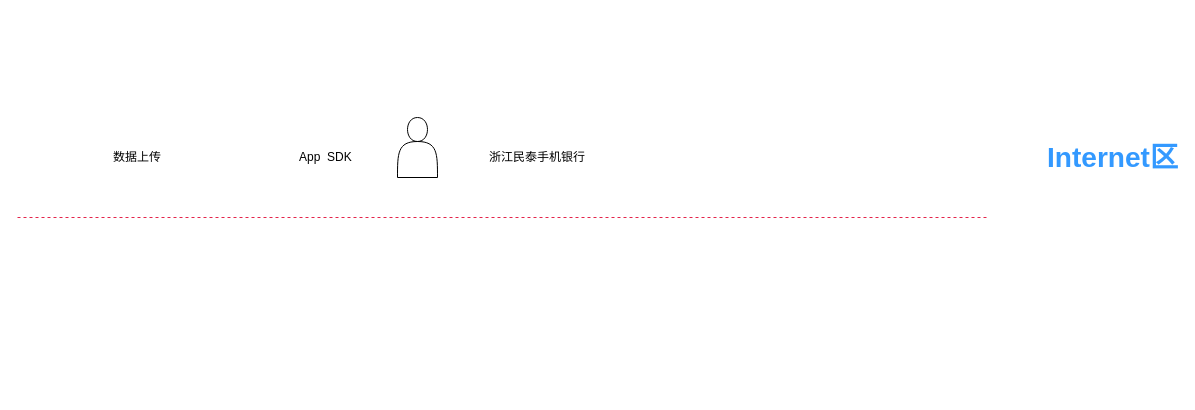
This is 浙江农信信创平台架构.drawio from zeng0550/free-programming-books, a draw.io file, before an edit. Source tidied: cells renumbered, new cells numbered last; positions are measured from the earlier drawing's top-left corner, leaving out a move shared by most shapes. Both pictures are drawn from the tidied source at 100%, with x=0, y=0 at pixel (17, 117).
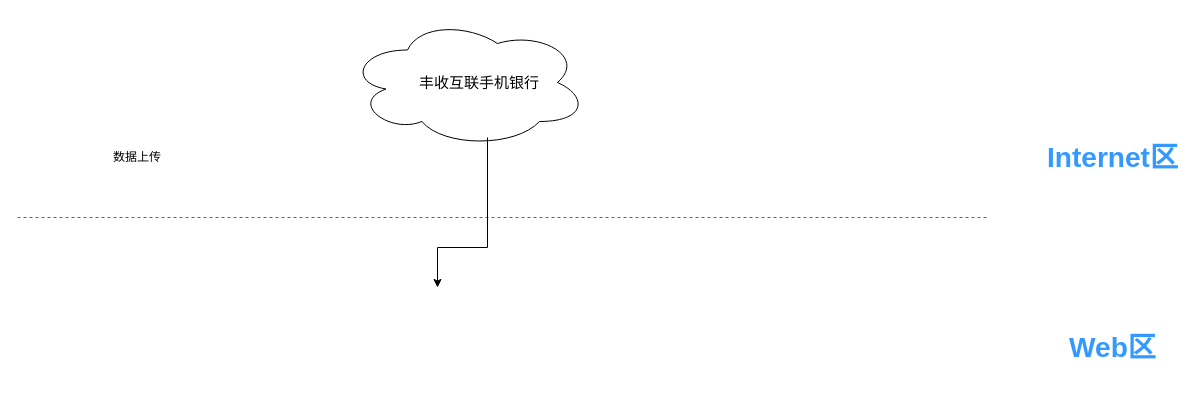
The same diagram, later.

Commit message (it also covers changes not shown here):
更新浙江农信信创平台架构.drawio

Change to the diagram source:
```diff
@@
 <mxGraphModel>
   <root>
     <mxCell id="0" />
     <mxCell id="1" parent="0" />
     <mxCell id="2" style="endArrow=none;dashed=1;html=1;rounded=0;fillColor=#e1d5e7;strokeColor=#e4254b;" parent="1" edge="1">
       <mxGeometry relative="1" as="geometry">
         <mxPoint y="100" as="sourcePoint" />
         <mxPoint x="970" y="100" as="targetPoint" />
       </mxGeometry>
     </mxCell>
     <mxCell id="3" value="&lt;h3&gt;&lt;font color=&quot;#3399ff&quot;&gt;Internet区&lt;/font&gt;&lt;/h3&gt;" style="text;strokeColor=none;fillColor=default;html=1;fontSize=24;fontStyle=1;verticalAlign=middle;align=center;" parent="1" vertex="1">
       <mxGeometry x="1030" y="20" width="130" height="40" as="geometry" />
     </mxCell>
-    <mxCell id="4" style="shape=actor;whiteSpace=wrap;html=1;" parent="1" vertex="1">
-      <mxGeometry x="380" width="40" height="60" as="geometry" />
-    </mxCell>
-    <mxCell id="5" value="浙江民泰手机银行&lt;span class=&quot;eusoft-eudic-chrome-extension-translate-content&quot;&gt;&lt;/span&gt;" style="text;strokeColor=none;fillColor=none;html=1;whiteSpace=wrap;verticalAlign=middle;overflow=hidden;" parent="1" vertex="1">
-      <mxGeometry x="470" y="30" width="100" height="20" as="geometry" />
-    </mxCell>
     <mxCell id="6" value="&lt;div&gt;数据上传&lt;/div&gt;&lt;div&gt;&lt;br&gt;&lt;/div&gt;&lt;div&gt;&lt;br&gt;&lt;/div&gt;&lt;div&gt;&lt;br&gt;&lt;/div&gt;&lt;br&gt;&lt;span class=&quot;eusoft-eudic-chrome-extension-translate-content&quot;&gt;&lt;/span&gt;" style="text;strokeColor=none;fillColor=none;html=1;whiteSpace=wrap;verticalAlign=middle;overflow=hidden;" parent="1" vertex="1">
       <mxGeometry x="94" y="30" width="60" height="20" as="geometry" />
     </mxCell>
-    <mxCell id="7" value="&lt;div&gt;App&amp;nbsp; SDK&lt;/div&gt;&lt;br&gt;&lt;span class=&quot;eusoft-eudic-chrome-extension-translate-content&quot;&gt;&lt;/span&gt;" style="text;strokeColor=none;fillColor=none;html=1;whiteSpace=wrap;verticalAlign=middle;overflow=hidden;" parent="1" vertex="1">
-      <mxGeometry x="280" y="30" width="80" height="20" as="geometry" />
-    </mxCell>
+    <mxCell id="8" style="ellipse;shape=cloud;whiteSpace=wrap;html=1;" parent="1" vertex="1">
+      <mxGeometry x="330" y="-100" width="240" height="130" as="geometry" />
+    </mxCell>
+    <mxCell id="9" value="丰收互联手机银行&lt;span class=&quot;eusoft-eudic-chrome-extension-translate-content&quot;&gt;&lt;/span&gt;" style="text;strokeColor=none;fillColor=none;html=1;whiteSpace=wrap;verticalAlign=middle;overflow=hidden;strokeWidth=0;fontSize=15;" parent="1" vertex="1">
+      <mxGeometry x="400" y="-60" width="130" height="50" as="geometry" />
+    </mxCell>
+    <mxCell id="10" style="endArrow=classic;html=1;rounded=0;exitX=0.5;exitY=1;exitDx=0;exitDy=0;" parent="1" edge="1">
+      <mxGeometry relative="1" as="geometry">
+        <mxPoint x="470" y="20" as="sourcePoint" />
+        <mxPoint x="420" y="170" as="targetPoint" />
+        <Array as="points">
+          <mxPoint x="470" y="130" />
+          <mxPoint x="420" y="130" />
+        </Array>
+      </mxGeometry>
+    </mxCell>
+    <mxCell id="11" value="&lt;h3&gt;&lt;font color=&quot;#3399ff&quot;&gt;Web区&lt;/font&gt;&lt;/h3&gt;" style="text;strokeColor=none;fillColor=default;html=1;fontSize=24;fontStyle=1;verticalAlign=middle;align=center;" parent="1" vertex="1">
+      <mxGeometry x="1030" y="210" width="130" height="40" as="geometry" />
+    </mxCell>
   </root>
 </mxGraphModel>
```
